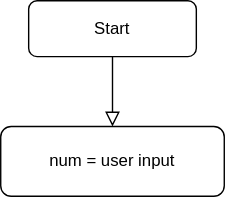
This is Week_01/algorithm_mod2_asmnt1.drawio.svg from bilalalissa/The-JavaScript-Boot-Camp-by-Flavio, a draw.io export, as it was before one commit. Source tidied: cells renumbered, new cells last; positions are measured from the earlier drawing's top-left corner, leaving out a move shared by most shapes.
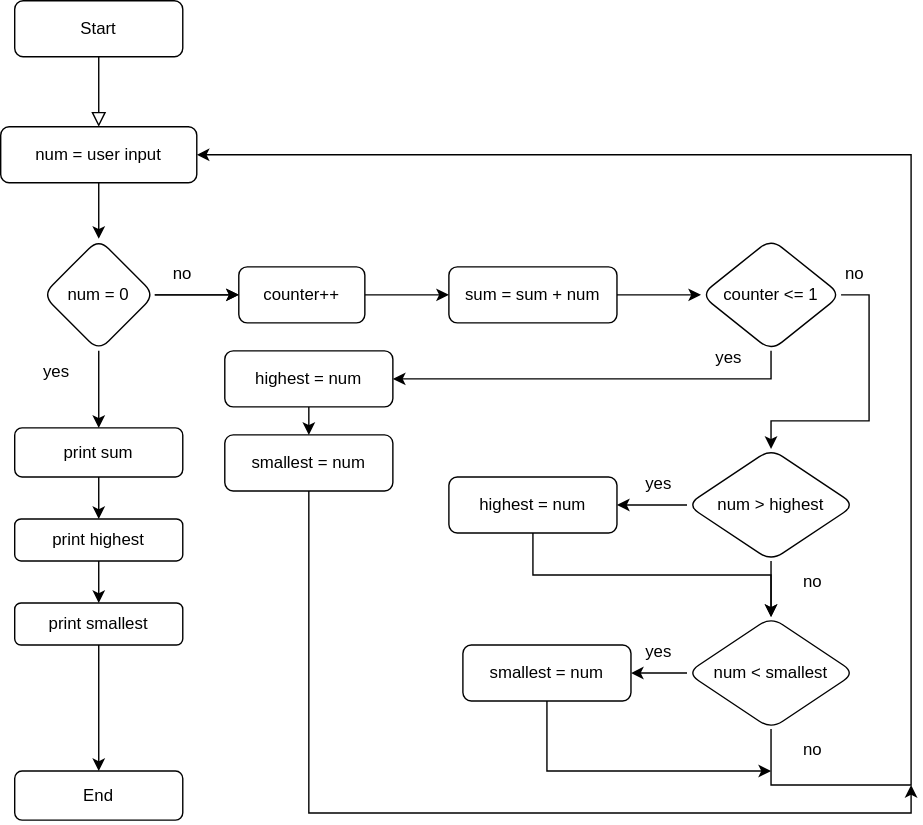
After the change.

The edit, as a diff of the source:
```diff
@@ -10,8 +10,163 @@
     <mxCell id="3" value="Start" style="rounded=1;whiteSpace=wrap;html=1;fontSize=12;glass=0;strokeWidth=1;shadow=0;" parent="1" vertex="1">
       <mxGeometry x="20" width="120" height="40" as="geometry" />
     </mxCell>
+    <mxCell id="5" style="edgeStyle=orthogonalEdgeStyle;rounded=0;jettySize=auto;html=1;" parent="1" edge="1" source="4" target="9">
+      <mxGeometry relative="1" as="geometry" />
+    </mxCell>
     <mxCell id="4" value="num = user input" style="rounded=1;whiteSpace=wrap;html=1;" parent="1" vertex="1">
-      <mxGeometry y="90" width="160" height="50" as="geometry" />
+      <mxGeometry x="10" y="90" width="140" height="40" as="geometry" />
     </mxCell>
+    <object id="6" label="" placeholders="1">
+      <mxCell style="edgeStyle=orthogonalEdgeStyle;rounded=0;jettySize=auto;html=1;" parent="1" edge="1" source="9" target="11">
+        <mxGeometry relative="1" as="geometry" />
+      </mxCell>
+    </object>
+    <mxCell id="7" style="edgeStyle=orthogonalEdgeStyle;rounded=0;jettySize=auto;html=1;" parent="1" edge="1" source="9" target="14">
+      <mxGeometry relative="1" as="geometry" />
+    </mxCell>
+    <mxCell id="8" style="edgeStyle=orthogonalEdgeStyle;rounded=0;jettySize=auto;html=1;" parent="1" edge="1" source="9" target="14">
+      <mxGeometry relative="1" as="geometry" />
+    </mxCell>
+    <mxCell id="9" value="num = 0" style="rhombus;whiteSpace=wrap;html=1;rounded=1;" parent="1" vertex="1">
+      <mxGeometry x="40" y="170" width="80" height="80" as="geometry" />
+    </mxCell>
+    <mxCell id="10" style="edgeStyle=orthogonalEdgeStyle;rounded=0;jettySize=auto;html=1;" parent="1" edge="1" source="11" target="29">
+      <mxGeometry relative="1" as="geometry" />
+    </mxCell>
+    <mxCell id="11" value="print sum" style="whiteSpace=wrap;html=1;rounded=1;" parent="1" vertex="1">
+      <mxGeometry x="20" y="305" width="120" height="35" as="geometry" />
+    </mxCell>
+    <mxCell id="12" value="yes" style="text;html=1;strokeColor=none;fillColor=none;align=center;verticalAlign=middle;whiteSpace=wrap;rounded=0;" parent="1" vertex="1">
+      <mxGeometry x="20" y="250" width="60" height="30" as="geometry" />
+    </mxCell>
+    <mxCell id="13" style="edgeStyle=orthogonalEdgeStyle;rounded=0;jettySize=auto;html=1;" parent="1" edge="1" source="14" target="16">
+      <mxGeometry relative="1" as="geometry" />
+    </mxCell>
+    <mxCell id="14" value="counter++" style="whiteSpace=wrap;html=1;rounded=1;" parent="1" vertex="1">
+      <mxGeometry x="180" y="190" width="90" height="40" as="geometry" />
+    </mxCell>
+    <mxCell id="15" style="edgeStyle=orthogonalEdgeStyle;rounded=0;jettySize=auto;html=1;" parent="1" edge="1" source="16" target="43">
+      <mxGeometry relative="1" as="geometry" />
+    </mxCell>
+    <mxCell id="16" value="&lt;div&gt;sum = sum + num&lt;/div&gt;" style="whiteSpace=wrap;html=1;rounded=1;" parent="1" vertex="1">
+      <mxGeometry x="330" y="190" width="120" height="40" as="geometry" />
+    </mxCell>
+    <mxCell id="17" style="edgeStyle=orthogonalEdgeStyle;rounded=0;jettySize=auto;html=1;" parent="1" edge="1" source="19" target="21">
+      <mxGeometry relative="1" as="geometry" />
+    </mxCell>
+    <mxCell id="18" style="edgeStyle=orthogonalEdgeStyle;rounded=0;jettySize=auto;html=1;exitX=0.5;exitY=1;exitDx=0;exitDy=0;entryX=0.5;entryY=0;entryDx=0;entryDy=0;" parent="1" edge="1" source="19">
+      <mxGeometry relative="1" as="geometry">
+        <mxPoint x="560" y="440" as="targetPoint" />
+      </mxGeometry>
+    </mxCell>
+    <mxCell id="19" value="num &amp;gt; highest" style="rhombus;whiteSpace=wrap;html=1;rounded=1;" parent="1" vertex="1">
+      <mxGeometry x="500" y="320" width="120" height="80" as="geometry" />
+    </mxCell>
+    <mxCell id="20" style="edgeStyle=orthogonalEdgeStyle;rounded=0;jettySize=auto;html=1;exitX=0.5;exitY=1;exitDx=0;exitDy=0;entryX=0.5;entryY=0;entryDx=0;entryDy=0;" parent="1" edge="1" source="21">
+      <mxGeometry relative="1" as="geometry">
+        <mxPoint x="560" y="440" as="targetPoint" />
+        <Array as="points">
+          <mxPoint x="390" y="410" />
+          <mxPoint x="560" y="410" />
+        </Array>
+      </mxGeometry>
+    </mxCell>
+    <mxCell id="21" value="highest = num" style="whiteSpace=wrap;html=1;rounded=1;" parent="1" vertex="1">
+      <mxGeometry x="330" y="340" width="120" height="40" as="geometry" />
+    </mxCell>
+    <mxCell id="22" value="yes" style="text;html=1;strokeColor=none;fillColor=none;align=center;verticalAlign=middle;whiteSpace=wrap;rounded=0;" parent="1" vertex="1">
+      <mxGeometry x="450" y="330" width="60" height="30" as="geometry" />
+    </mxCell>
+    <mxCell id="23" value="no" style="text;html=1;strokeColor=none;fillColor=none;align=center;verticalAlign=middle;whiteSpace=wrap;rounded=0;" parent="1" vertex="1">
+      <mxGeometry x="560" y="400" width="60" height="30" as="geometry" />
+    </mxCell>
+    <mxCell id="24" style="edgeStyle=orthogonalEdgeStyle;rounded=0;jettySize=auto;html=1;exitX=0;exitY=0.5;exitDx=0;exitDy=0;entryX=1;entryY=0.5;entryDx=0;entryDy=0;" parent="1" edge="1" source="26" target="34">
+      <mxGeometry relative="1" as="geometry" />
+    </mxCell>
+    <mxCell id="25" style="edgeStyle=orthogonalEdgeStyle;rounded=0;jettySize=auto;html=1;exitX=0.5;exitY=1;exitDx=0;exitDy=0;entryX=1;entryY=0.5;entryDx=0;entryDy=0;" parent="1" edge="1" source="26" target="4">
+      <mxGeometry relative="1" as="geometry">
+        <Array as="points">
+          <mxPoint x="560" y="560" />
+          <mxPoint x="660" y="560" />
+          <mxPoint x="660" y="110" />
+        </Array>
+      </mxGeometry>
+    </mxCell>
+    <mxCell id="26" value="num &amp;lt; smallest" style="rhombus;whiteSpace=wrap;html=1;rounded=1;" parent="1" vertex="1">
+      <mxGeometry x="500" y="440" width="120" height="80" as="geometry" />
+    </mxCell>
+    <mxCell id="27" value="no" style="text;html=1;strokeColor=none;fillColor=none;align=center;verticalAlign=middle;whiteSpace=wrap;rounded=0;" parent="1" vertex="1">
+      <mxGeometry x="110" y="180" width="60" height="30" as="geometry" />
+    </mxCell>
+    <mxCell id="28" style="edgeStyle=orthogonalEdgeStyle;rounded=0;jettySize=auto;html=1;" parent="1" edge="1" source="29" target="31">
+      <mxGeometry relative="1" as="geometry" />
+    </mxCell>
+    <mxCell id="29" value="print highest" style="whiteSpace=wrap;html=1;rounded=1;" parent="1" vertex="1">
+      <mxGeometry x="20" y="370" width="120" height="30" as="geometry" />
+    </mxCell>
+    <mxCell id="30" style="edgeStyle=orthogonalEdgeStyle;rounded=0;jettySize=auto;html=1;" parent="1" edge="1" source="31" target="32">
+      <mxGeometry relative="1" as="geometry" />
+    </mxCell>
+    <mxCell id="31" value="print smallest" style="whiteSpace=wrap;html=1;rounded=1;" parent="1" vertex="1">
+      <mxGeometry x="20" y="430" width="120" height="30" as="geometry" />
+    </mxCell>
+    <mxCell id="32" value="End" style="whiteSpace=wrap;html=1;rounded=1;" parent="1" vertex="1">
+      <mxGeometry x="20" y="550" width="120" height="35" as="geometry" />
+    </mxCell>
+    <mxCell id="33" style="edgeStyle=orthogonalEdgeStyle;rounded=0;jettySize=auto;html=1;exitX=0.5;exitY=1;exitDx=0;exitDy=0;entryX=0;entryY=1;entryDx=0;entryDy=0;" parent="1" edge="1" source="34" target="36">
+      <mxGeometry relative="1" as="geometry">
+        <Array as="points">
+          <mxPoint x="400" y="550" />
+        </Array>
+      </mxGeometry>
+    </mxCell>
+    <mxCell id="34" value="smallest = num" style="whiteSpace=wrap;html=1;rounded=1;" parent="1" vertex="1">
+      <mxGeometry x="340" y="460" width="120" height="40" as="geometry" />
+    </mxCell>
+    <mxCell id="35" value="yes" style="text;html=1;strokeColor=none;fillColor=none;align=center;verticalAlign=middle;whiteSpace=wrap;rounded=0;" parent="1" vertex="1">
+      <mxGeometry x="450" y="450" width="60" height="30" as="geometry" />
+    </mxCell>
+    <mxCell id="36" value="no" style="text;html=1;strokeColor=none;fillColor=none;align=center;verticalAlign=middle;whiteSpace=wrap;rounded=0;" parent="1" vertex="1">
+      <mxGeometry x="560" y="520" width="60" height="30" as="geometry" />
+    </mxCell>
+    <mxCell id="37" style="edgeStyle=orthogonalEdgeStyle;rounded=0;jettySize=auto;html=1;exitX=0.5;exitY=1;exitDx=0;exitDy=0;entryX=0.5;entryY=0;entryDx=0;entryDy=0;" parent="1" edge="1" source="38" target="40">
+      <mxGeometry relative="1" as="geometry" />
+    </mxCell>
+    <mxCell id="38" value="&lt;div&gt;highest = num&lt;/div&gt;" style="whiteSpace=wrap;html=1;rounded=1;" parent="1" vertex="1">
+      <mxGeometry x="170" y="250" width="120" height="40" as="geometry" />
+    </mxCell>
+    <mxCell id="39" style="edgeStyle=orthogonalEdgeStyle;rounded=0;jettySize=auto;html=1;exitX=0.5;exitY=1;exitDx=0;exitDy=0;" parent="1" edge="1" source="40">
+      <mxGeometry relative="1" as="geometry">
+        <mxPoint x="660" y="560" as="targetPoint" />
+        <Array as="points">
+          <mxPoint x="230" y="580" />
+          <mxPoint x="660" y="580" />
+        </Array>
+      </mxGeometry>
+    </mxCell>
+    <mxCell id="40" value="&lt;div&gt;smallest = num&lt;/div&gt;" style="whiteSpace=wrap;html=1;rounded=1;" parent="1" vertex="1">
+      <mxGeometry x="170" y="310" width="120" height="40" as="geometry" />
+    </mxCell>
+    <mxCell id="41" style="edgeStyle=orthogonalEdgeStyle;rounded=0;jettySize=auto;html=1;exitX=0.5;exitY=1;exitDx=0;exitDy=0;entryX=1;entryY=0.5;entryDx=0;entryDy=0;" parent="1" edge="1" source="43" target="38">
+      <mxGeometry relative="1" as="geometry" />
+    </mxCell>
+    <mxCell id="42" style="edgeStyle=orthogonalEdgeStyle;rounded=0;jettySize=auto;html=1;exitX=1;exitY=0.5;exitDx=0;exitDy=0;entryX=0.5;entryY=0;entryDx=0;entryDy=0;" parent="1" edge="1" source="43" target="19">
+      <mxGeometry relative="1" as="geometry">
+        <Array as="points">
+          <mxPoint x="630" y="210" />
+          <mxPoint x="630" y="300" />
+          <mxPoint x="560" y="300" />
+        </Array>
+      </mxGeometry>
+    </mxCell>
+    <mxCell id="43" value="counter &amp;lt;= 1" style="rhombus;whiteSpace=wrap;html=1;rounded=1;" parent="1" vertex="1">
+      <mxGeometry x="510" y="170" width="100" height="80" as="geometry" />
+    </mxCell>
+    <mxCell id="44" value="yes" style="text;html=1;strokeColor=none;fillColor=none;align=center;verticalAlign=middle;whiteSpace=wrap;rounded=0;" parent="1" vertex="1">
+      <mxGeometry x="500" y="240" width="60" height="30" as="geometry" />
+    </mxCell>
+    <mxCell id="45" value="no" style="text;html=1;strokeColor=none;fillColor=none;align=center;verticalAlign=middle;whiteSpace=wrap;rounded=0;" parent="1" vertex="1">
+      <mxGeometry x="590" y="180" width="60" height="30" as="geometry" />
+    </mxCell>
   </root>
 </mxGraphModel>
```
